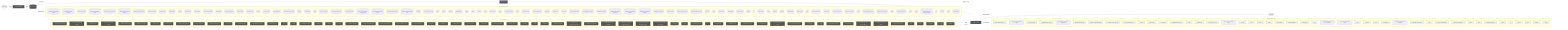
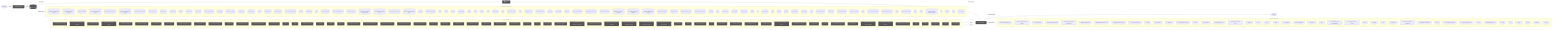
flowchart LR
  UserQ(["👤 User Query"])
  Embed["📐 Embedding Model"]
  VecDB[("📚 Vector Store")]
  Retriever["🔍 Retriever"]
  LLMNode["🧠 LLM / Generator"]
  Output(["✅ Response"])
  UserQ -->|query| Embed
  Embed -->|vector| VecDB
  VecDB -->|top-k chunks| Retriever
  Retriever -->|context + query| LLMNode
  LLMNode -->|generated answer| Output
  subgraph DetectedMemory["Detected memory stores"]
    det_detectedmemory_check_steering_feedback_contract_80134459[("check-steering-feedback-contract")]
    det_detectedmemory_normalize_workflow_contracts_8701f1c8[("normalize-workflow-contracts")]
    det_detectedmemory_sync_codex_preflight_7e7a8dc2[("sync-codex-preflight")]
    det_detectedmemory_test_harness_upgrade_matrix_84113c4e[("test-harness-upgrade-matrix")]
    det_detectedmemory_validate_prompt_context_drift_8c949ef6[("validate-prompt-context-drift")]
    det_detectedmemory_validate_runtime_packet_schemas_bc3ba8ec[("validate-runtime-packet-schemas")]
    det_detectedmemory_validate_workflow_contracts_33dc063c[("validate-workflow-contracts")]
    det_detectedmemory_branch_protect_core_a8feb0fd[("branch-protect-core")]
    det_detectedmemory_ci_migrate_core_7005b5af[("ci-migrate-core")]
    det_detectedmemory_context_health_80bb7da9[("context-health")]
    det_detectedmemory_context_ea7792a2[("context")]
    det_detectedmemory_docs_gate_core_eb9b6c18[("docs-gate-core")]
    det_detectedmemory_index_context_de3ed39d[("index-context")]
    det_detectedmemory_local_memory_preflight_dcc36c42[("local-memory-preflight")]
    det_detectedmemory_memory_gate_a577a506[("memory-gate")]
    det_detectedmemory_pattern_scope_siblings_43abe000[("pattern-scope-siblings")]
    det_detectedmemory_review_context_ca6cf81d[("review-context")]
    det_detectedmemory_review_gate_core_4c8001f9[("review-gate-core")]
    det_detectedmemory_search_24193290[("search")]
    det_detectedmemory_session_context_e5ec72c0[("session-context")]
    det_detectedmemory_tooling_audit_core_328d6a41[("tooling-audit-core")]
    det_detectedmemory_run_local_memory_preflight_36e92808[("run-local-memory-preflight")]
    det_detectedmemory_checker_d2d2328e[("checker")]
    det_detectedmemory_context_health_1_ceb11829[("context-health")]
    det_detectedmemory_types_2_d9bc6e7a[("types")]
    det_detectedmemory_branch_protect_sync_570adb18[("branch-protect-sync")]
    det_detectedmemory_command_capability_rules_ca3f496a[("command-capability-rules")]
    det_detectedmemory_command_specs_core_1c0ffc99[("command-specs-core")]
    det_detectedmemory_local_memory_preflight_command_spec_9e23f3ce[("local-memory-preflight-command-spec")]
    det_detectedmemory_memory_gate_command_spec_dc9001a9[("memory-gate-command-spec")]
    det_detectedmemory_review_gate_command_spec_3187376a[("review-gate-command-spec")]
    det_detectedmemory_session_context_command_spec_973afbb1[("session-context-command-spec")]
    det_detectedmemory_constants_7517017f[("constants")]
    det_detectedmemory_context_compact_policy_3dcaf95d[("context-compact-policy")]
    det_detectedmemory_index_3_7e40d474[("index")]
    det_detectedmemory_indexer_70fa78e5[("indexer")]
    det_detectedmemory_init_error_5c7dd49f[("init-error")]
    det_detectedmemory_lexical_fallback_723e2b3e[("lexical-fallback")]
    det_detectedmemory_ollama_76e3c7bf[("ollama")]
    det_detectedmemory_rollout_a4fa034c[("rollout")]
    det_detectedmemory_sources_878a52fc[("sources")]
    det_detectedmemory_store_824d80d7[("store")]
    det_detectedmemory_sync_contract_c79fa191[("sync-contract")]
    det_detectedmemory_types_8_f6283648[("types")]
    det_detectedmemory_harness_run_context_ac7c77a9[("harness-run-context")]
    det_detectedmemory_index_4_013aa0e3[("index")]
    det_detectedmemory_json_schema_core_96d7e328[("json-schema-core")]
    det_detectedmemory_policy_validators_core_714a3fe7[("policy-validators-core")]
    det_detectedmemory_types_core_e405ddca[("types-core")]
    det_detectedmemory_validator_core_4358f8ba[("validator-core")]
    det_detectedmemory_init_modes_c05ceb07[("init-modes")]
    det_detectedmemory_project_brain_templates_7ef51530[("project-brain-templates")]
    det_detectedmemory_scaffold_diagram_templates_dd88e83c[("scaffold-diagram-templates")]
    det_detectedmemory_scaffold_doc_templates_f6152330[("scaffold-doc-templates")]
    det_detectedmemory_scaffold_environment_templates_c1ceba6a[("scaffold-environment-templates")]
    det_detectedmemory_scaffold_root_command_templates_404fed7f[("scaffold-root-command-templates")]
    det_detectedmemory_scaffold_script_template_registry_69312d4e[("scaffold-script-template-registry")]
    det_detectedmemory_scaffold_shell_templates_0ad0f915[("scaffold-shell-templates")]
    det_detectedmemory_scaffold_surfaces_12d6494e[("scaffold-surfaces")]
    det_detectedmemory_scaffold_template_registry_b1cce2aa[("scaffold-template-registry")]
    det_detectedmemory_scaffold_workflow_template_92310587[("scaffold-workflow-template")]
    det_detectedmemory_eval_seed_5699fd3e[("eval-seed")]
    det_detectedmemory_index_10_f6785a46[("index")]
    det_detectedmemory_review_context_1_e3afed15[("review-context")]
    det_detectedmemory_memory_gate_1_265164ac[("memory-gate")]
    det_detectedmemory_branch_enforcer_acb749cd[("branch-enforcer")]
    det_detectedmemory_cli_args_5_09ea29f0[("cli-args")]
    det_detectedmemory_cli_6_eac72be2[("cli")]
    det_detectedmemory_metrics_tracker_98cec29c[("metrics-tracker")]
    det_detectedmemory_types_19_eb4ad5f0[("types")]
    det_detectedmemory_validator_5_b19ac2be[("validator")]
    det_detectedmemory_classifier_fe1991a9[("classifier")]
    det_detectedmemory_tooling_baseline_50ab2eeb[("tooling-baseline")]
    det_detectedmemory_claim_helpers_20dc8387[("claim-helpers")]
    det_detectedmemory_types_24_c63dc1a7[("types")]
    det_detectedmemory_local_memory_smoke_1175abfc[("local-memory-smoke")]
    det_detectedmemory_local_memory_0db17ecc[("local-memory")]
    det_detectedmemory_performance_overload_c685bfcf[("performance-overload")]
    det_detectedmemory_suggestion_generator_0956f794[("suggestion-generator")]
    det_detectedmemory_index_12_762ec91b[("index")]
    det_detectedmemory_prompt_context_drift_report_3257a95c[("prompt-context-drift-report")]
    det_detectedmemory_prompt_context_drift_types_ba6863d4[("prompt-context-drift-types")]
    det_detectedmemory_index_13_97df39c8[("index")]
    det_detectedmemory_prompt_context_receipt_17b862b2[("prompt-context-receipt")]
    det_detectedmemory_types_31_eb363e20[("types")]
    det_detectedmemory_policy_1_fc4198db[("policy")]
    det_detectedmemory_runtime_card_codex_runtime_validation_d8ce9934[("runtime-card-codex-runtime-validation")]
    det_detectedmemory_cli_11_338a8415[("cli")]
    det_detectedmemory_collector_0736fd5b[("collector")]
    det_detectedmemory_types_34_85e6a0bb[("types")]
    det_detectedmemory_overload_guard_2748c559[("overload-guard")]
  end
  VecDB -. "implemented by" .-> DetectedMemory
  subgraph DetectedLLM["Detected LLM clients"]
    det_detectedllm_check_codex_agent_roles_5bb2e89b["check-codex-agent-roles"]
    det_detectedllm_check_steering_feedback_contract_80134459["check-steering-feedback-contract"]
    det_detectedllm_run_harness_evals_77704768["run-harness-evals"]
    det_detectedllm_validate_decision_request_2e5c325e["validate-decision-request"]
    det_detectedllm_validate_goal_completion_audit_receipt_100d252c["validate-goal-completion-audit-receipt"]
    det_detectedllm_validate_packaged_skill_5e32c890["validate-packaged-skill"]
    det_detectedllm_validate_prompt_context_drift_8c949ef6["validate-prompt-context-drift"]
    det_detectedllm_validate_reviewer_coverage_251efee3["validate-reviewer-coverage"]
    det_detectedllm_check_environment_core_2c16213f["check-environment-core"]
    det_detectedllm_context_ea7792a2["context"]
    det_detectedllm_index_context_de3ed39d["index-context"]
    det_detectedllm_prompt_gate_c5e9d207["prompt-gate"]
    det_detectedllm_remediate_runner_helpers_929fedcc["remediate-runner-helpers"]
    det_detectedllm_search_24193290["search"]
    det_detectedllm_context_health_1_ceb11829["context-health"]
    det_detectedllm_command_specs_core_1c0ffc99["command-specs-core"]
    det_detectedllm_prompt_gate_command_spec_9a941482["prompt-gate-command-spec"]
    det_detectedllm_constants_7517017f["constants"]
    det_detectedllm_index_3_7e40d474["index"]
    det_detectedllm_indexer_70fa78e5["indexer"]
    det_detectedllm_ollama_76e3c7bf["ollama"]
    det_detectedllm_sync_contract_c79fa191["sync-contract"]
    det_detectedllm_north_star_validators_cfc926ce["north-star-validators"]
    det_detectedllm_hilt_boundary_9b36fb15["hilt-boundary"]
    det_detectedllm_types_10_75e5a4a0["types"]
    det_detectedllm_goal_completion_audit_receipt_validation_9d0f4891["goal-completion-audit-receipt-validation"]
    det_detectedllm_goal_completion_audit_receipt_5e4939c3["goal-completion-audit-receipt"]
    det_detectedllm_index_5_522f772a["index"]
    det_detectedllm_constants_1_a84e15f0["constants"]
    det_detectedllm_types_17_ed30531c["types"]
    det_detectedllm_sensitive_text_7c11f760["sensitive-text"]
    det_detectedllm_pr_template_linked_issue_relationship_a7b61f2c["pr-template-linked-issue-relationship"]
    det_detectedllm_pr_template_validator_rules_20a32d6b["pr-template-validator-rules"]
-     det_detectedllm_index_11_ffcd5842["index"]
-     det_detectedllm_prompt_context_drift_report_3257a95c["prompt-context-drift-report"]
-     det_detectedllm_prompt_context_drift_types_ba6863d4["prompt-context-drift-types"]
    det_detectedllm_index_12_762ec91b["index"]
    det_detectedllm_prompt_context_drift_report_3257a95c["prompt-context-drift-report"]
    det_detectedllm_prompt_context_drift_types_ba6863d4["prompt-context-drift-types"]
    det_detectedllm_index_13_97df39c8["index"]
    det_detectedllm_prompt_context_receipt_17b862b2["prompt-context-receipt"]
    det_detectedllm_cli_args_9_9c136878["cli-args"]
    det_detectedllm_cli_10_35dc8cbd["cli"]
    det_detectedllm_sections_4697ef32["sections"]
    det_detectedllm_types_27_4d134744["types"]
    det_detectedllm_validator_7_f836eb0e["validator"]
    det_detectedllm_cli_args_10_861cdd3f["cli-args"]
  end
  LLMNode -. "implemented by" .-> DetectedLLM
  subgraph DetectedTools["Agentic tool calls"]
    det_detectedtools_check_codex_agent_roles_5bb2e89b["🔧 check-codex-agent-roles"]
    det_detectedtools_check_steering_feedback_contract_80134459["🔧 check-steering-feedback-contract"]
    det_detectedtools_run_harness_evals_77704768["🔧 run-harness-evals"]
    det_detectedtools_validate_action_review_receipt_fa2f06c3["🔧 validate-action-review-receipt"]
    det_detectedtools_validate_packaged_skill_5e32c890["🔧 validate-packaged-skill"]
    det_detectedtools_validate_replay_packet_f309747e["🔧 validate-replay-packet"]
    det_detectedtools_ci_migrate_core_7005b5af["🔧 ci-migrate-core"]
    det_detectedtools_doctor_checks_5a2eb2b9["🔧 doctor-checks"]
    det_detectedtools_doctor_github_tool_checks_a53b0382["🔧 doctor-github-tool-checks"]
    det_detectedtools_doctor_tool_checks_4acac51a["🔧 doctor-tool-checks"]
    det_detectedtools_next_blocked_decisions_4140ad2b["🔧 next-blocked-decisions"]
    det_detectedtools_policy_gate_213f7313["🔧 policy-gate"]
    det_detectedtools_remediate_cli_output_cc165396["🔧 remediate-cli-output"]
    det_detectedtools_remediate_runner_helpers_929fedcc["🔧 remediate-runner-helpers"]
    det_detectedtools_review_gate_core_4c8001f9["🔧 review-gate-core"]
    det_detectedtools_index_1bc04b52["🔧 index"]
    det_detectedtools_types_1_4ecdf56e["🔧 types"]
    det_detectedtools_validation_constants_e002a0f6["🔧 validation-constants"]
    det_detectedtools_validation_98c41dcd["🔧 validation"]
    det_detectedtools_checker_d2d2328e["🔧 checker"]
    det_detectedtools_cli_args_1_6144b055["🔧 cli-args"]
    det_detectedtools_command_capabilities_a4d5c71e["🔧 command-capabilities"]
    det_detectedtools_command_capability_rules_ca3f496a["🔧 command-capability-rules"]
    det_detectedtools_linear_command_actions_e430f4f4["🔧 linear-command-actions"]
    det_detectedtools_linear_command_runner_4a740dfc["🔧 linear-command-runner"]
    det_detectedtools_policy_validators_core_714a3fe7["🔧 policy-validators-core"]
    det_detectedtools_types_core_e405ddca["🔧 types-core"]
    det_detectedtools_validator_core_4358f8ba["🔧 validator-core"]
    det_detectedtools_validator_helpers_7b927667["🔧 validator-helpers"]
    det_detectedtools_he_phase_exit_core_1148895b["🔧 he-phase-exit-core"]
    det_detectedtools_ralph_runtime_73d63c0e["🔧 ralph-runtime"]
    det_detectedtools_observed_skill_usage_ed7d5930["🔧 observed-skill-usage"]
    det_detectedtools_closure_evidence_aaa31467["🔧 closure-evidence"]
    det_detectedtools_pr_creator_dc6b1ea4["🔧 pr-creator"]
    det_detectedtools_client_948fe603["🔧 client"]
    det_detectedtools_init_output_360dce91["🔧 init-output"]
    det_detectedtools_scaffold_ci_templates_2afd6392["🔧 scaffold-ci-templates"]
    det_detectedtools_scaffold_codex_environment_templates_334fbbed["🔧 scaffold-codex-environment-templates"]
    det_detectedtools_scaffold_config_templates_4b80ce53["🔧 scaffold-config-templates"]
    det_detectedtools_scaffold_environment_templates_c1ceba6a["🔧 scaffold-environment-templates"]
    det_detectedtools_scaffold_github_actions_pr_pipeline_renderer_1ee18de5["🔧 scaffold-github-actions-pr-pipeline-renderer"]
    det_detectedtools_scaffold_github_actions_pr_pipeline_template_e2b85f62["🔧 scaffold-github-actions-pr-pipeline-template"]
    det_detectedtools_scaffold_release_private_npm_template_075499f8["🔧 scaffold-release-private-npm-template"]
    det_detectedtools_constants_1_a84e15f0["🔧 constants"]
    det_detectedtools_index_9_32dd4d91["🔧 index"]
    det_detectedtools_validation_common_6161e48b["🔧 validation-common"]
    det_detectedtools_cli_6_eac72be2["🔧 cli"]
    det_detectedtools_metrics_tracker_98cec29c["🔧 metrics-tracker"]
    det_detectedtools_normalise_renderer_85f2e563["🔧 normalise-renderer"]
    det_detectedtools_evaluation_engine_core_e054fe49["🔧 evaluation-engine-core"]
    det_detectedtools_tooling_baseline_50ab2eeb["🔧 tooling-baseline"]
    det_detectedtools_prompt_context_drift_report_3257a95c["🔧 prompt-context-drift-report"]
    det_detectedtools_prompt_context_drift_types_ba6863d4["🔧 prompt-context-drift-types"]
    det_detectedtools_replay_packet_a1293f88["🔧 replay-packet"]
    det_detectedtools_index_14_d982116c["🔧 index"]
    det_detectedtools_review_lifecycle_contract_e5447221["🔧 review-lifecycle-contract"]
    det_detectedtools_review_lifecycle_89afa64c["🔧 review-lifecycle"]
    det_detectedtools_runtime_card_codex_runtime_validation_d8ce9934["🔧 runtime-card-codex-runtime-validation"]
    det_detectedtools_runtime_card_codex_runtime_0655e230["🔧 runtime-card-codex-runtime"]
    det_detectedtools_runtime_evidence_bundle_d471a232["🔧 runtime-evidence-bundle"]
    det_detectedtools_types_36_674380ec["🔧 types"]
    det_detectedtools_index_17_642943a2["🔧 index"]
    det_detectedtools_projection_1b250ea1["🔧 projection"]
    det_detectedtools_types_38_e8efcd57["🔧 types"]
    det_detectedtools_validation_7_c4e6d8b6["🔧 validation"]
  end
  LLMNode -->|tool use| DetectedTools
  DetectedTools -->|result| LLMNode
  classDef memNode fill:#555,color:#fff
  class VecDB,Retriever memNode
  classDef llmNode fill:#555,color:#fff
  class LLMNode,Embed llmNode
  classDef toolNode fill:#555,color:#fff
  class det_detectedtools_check_codex_agent_roles_5bb2e89b,det_detectedtools_check_steering_feedback_contract_80134459,det_detectedtools_run_harness_evals_77704768,det_detectedtools_validate_action_review_receipt_fa2f06c3,det_detectedtools_validate_packaged_skill_5e32c890,det_detectedtools_validate_replay_packet_f309747e,det_detectedtools_ci_migrate_core_7005b5af,det_detectedtools_doctor_checks_5a2eb2b9,det_detectedtools_doctor_github_tool_checks_a53b0382,det_detectedtools_doctor_tool_checks_4acac51a,det_detectedtools_next_blocked_decisions_4140ad2b,det_detectedtools_policy_gate_213f7313,det_detectedtools_remediate_cli_output_cc165396,det_detectedtools_remediate_runner_helpers_929fedcc,det_detectedtools_review_gate_core_4c8001f9,det_detectedtools_index_1bc04b52,det_detectedtools_types_1_4ecdf56e,det_detectedtools_validation_constants_e002a0f6,det_detectedtools_validation_98c41dcd,det_detectedtools_checker_d2d2328e,det_detectedtools_cli_args_1_6144b055,det_detectedtools_command_capabilities_a4d5c71e,det_detectedtools_command_capability_rules_ca3f496a,det_detectedtools_linear_command_actions_e430f4f4,det_detectedtools_linear_command_runner_4a740dfc,det_detectedtools_policy_validators_core_714a3fe7,det_detectedtools_types_core_e405ddca,det_detectedtools_validator_core_4358f8ba,det_detectedtools_validator_helpers_7b927667,det_detectedtools_he_phase_exit_core_1148895b,det_detectedtools_ralph_runtime_73d63c0e,det_detectedtools_observed_skill_usage_ed7d5930,det_detectedtools_closure_evidence_aaa31467,det_detectedtools_pr_creator_dc6b1ea4,det_detectedtools_client_948fe603,det_detectedtools_init_output_360dce91,det_detectedtools_scaffold_ci_templates_2afd6392,det_detectedtools_scaffold_codex_environment_templates_334fbbed,det_detectedtools_scaffold_config_templates_4b80ce53,det_detectedtools_scaffold_environment_templates_c1ceba6a,det_detectedtools_scaffold_github_actions_pr_pipeline_renderer_1ee18de5,det_detectedtools_scaffold_github_actions_pr_pipeline_template_e2b85f62,det_detectedtools_scaffold_release_private_npm_template_075499f8,det_detectedtools_constants_1_a84e15f0,det_detectedtools_index_9_32dd4d91,det_detectedtools_validation_common_6161e48b,det_detectedtools_cli_6_eac72be2,det_detectedtools_metrics_tracker_98cec29c,det_detectedtools_normalise_renderer_85f2e563,det_detectedtools_evaluation_engine_core_e054fe49,det_detectedtools_tooling_baseline_50ab2eeb,det_detectedtools_prompt_context_drift_report_3257a95c,det_detectedtools_prompt_context_drift_types_ba6863d4,det_detectedtools_replay_packet_a1293f88,det_detectedtools_index_14_d982116c,det_detectedtools_review_lifecycle_contract_e5447221,det_detectedtools_review_lifecycle_89afa64c,det_detectedtools_runtime_card_codex_runtime_validation_d8ce9934,det_detectedtools_runtime_card_codex_runtime_0655e230,det_detectedtools_runtime_evidence_bundle_d471a232,det_detectedtools_types_36_674380ec,det_detectedtools_index_17_642943a2,det_detectedtools_projection_1b250ea1,det_detectedtools_types_38_e8efcd57,det_detectedtools_validation_7_c4e6d8b6 toolNode
